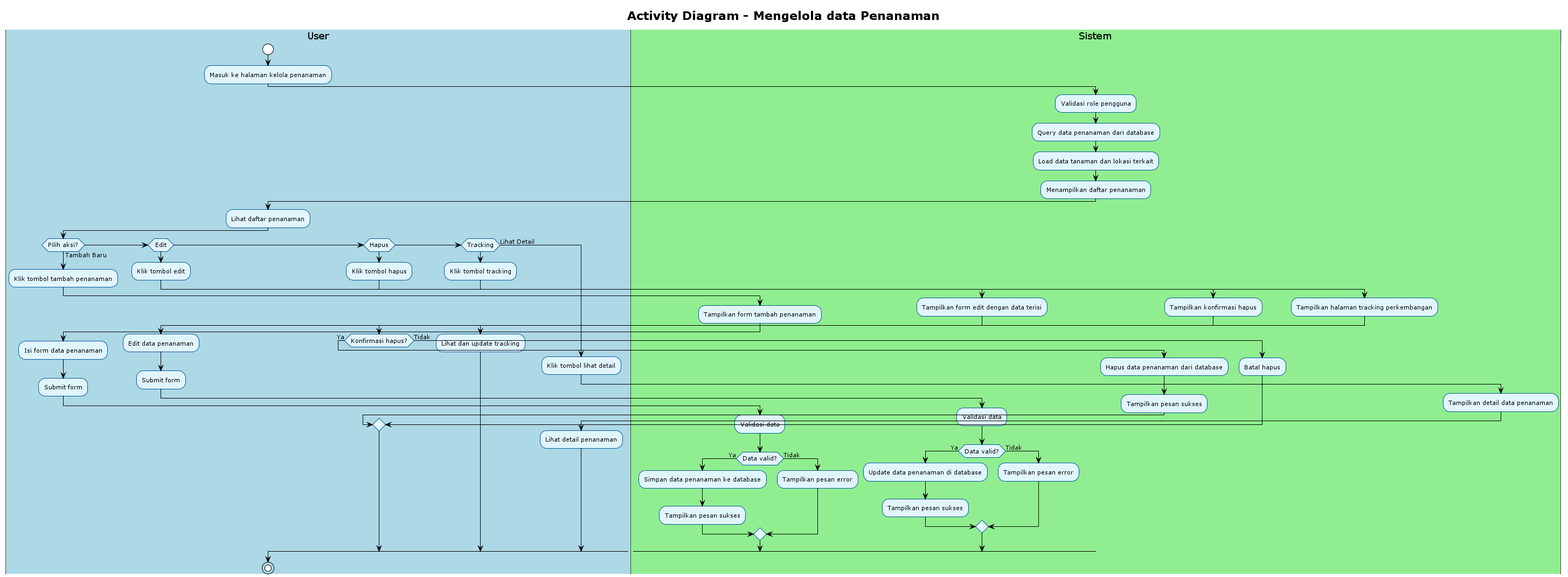
This is out/uml/activity/Activity new/05_kelola_data_penanaman/05_kelola_data_penanaman.png from Rifkiwastaken/example-app, a PlantUML export, as it was before one commit. Source of this version:
```plantuml
@startuml
!theme plain
skinparam activity {
    BackgroundColor #E1F5FE
    BorderColor #01579B
    FontSize 11
}
skinparam swimlane {
    BackgroundColor #F5F5F5
    BorderColor #424242
    TitleBackgroundColor #BBDEFB
    TitleBorderColor #1976D2
}

title Activity Diagram - Mengelola data Penanaman

|#LightBlue|User|
start
:Masuk ke halaman kelola penanaman;

|#LightGreen|Sistem|
:Validasi role pengguna;
:Query data penanaman dari database;
:Load data tanaman dan lokasi terkait;
:Menampilkan daftar penanaman;

|#LightBlue|User|
:Lihat daftar penanaman;

if (Pilih aksi?) then (Tambah Baru)
    |#LightBlue|User|
    :Klik tombol tambah penanaman;
    |#LightGreen|Sistem|
    :Tampilkan form tambah penanaman;
    |#LightBlue|User|
    :Isi form data penanaman;
    :Submit form;
    |#LightGreen|Sistem|
    :Validasi data;
    if (Data valid?) then (Ya)
        :Simpan data penanaman ke database;
        :Tampilkan pesan sukses;
    else (Tidak)
        :Tampilkan pesan error;
    endif
elseif (Edit) then
    |#LightBlue|User|
    :Klik tombol edit;
    |#LightGreen|Sistem|
    :Tampilkan form edit dengan data terisi;
    |#LightBlue|User|
    :Edit data penanaman;
    :Submit form;
    |#LightGreen|Sistem|
    :Validasi data;
    if (Data valid?) then (Ya)
        :Update data penanaman di database;
        :Tampilkan pesan sukses;
    else (Tidak)
        :Tampilkan pesan error;
    endif
elseif (Hapus) then
    |#LightBlue|User|
    :Klik tombol hapus;
    |#LightGreen|Sistem|
    :Tampilkan konfirmasi hapus;
    |#LightBlue|User|
    if (Konfirmasi hapus?) then (Ya)
        |#LightGreen|Sistem|
        :Hapus data penanaman dari database;
        :Tampilkan pesan sukses;
    else (Tidak)
        :Batal hapus;
    endif
elseif (Tracking) then
    |#LightBlue|User|
    :Klik tombol tracking;
    |#LightGreen|Sistem|
    :Tampilkan halaman tracking perkembangan;
    |#LightBlue|User|
    :Lihat dan update tracking;
else (Lihat Detail)
    |#LightBlue|User|
    :Klik tombol lihat detail;
    |#LightGreen|Sistem|
    :Tampilkan detail data penanaman;
    |#LightBlue|User|
    :Lihat detail penanaman;
endif

stop

@enduml
```
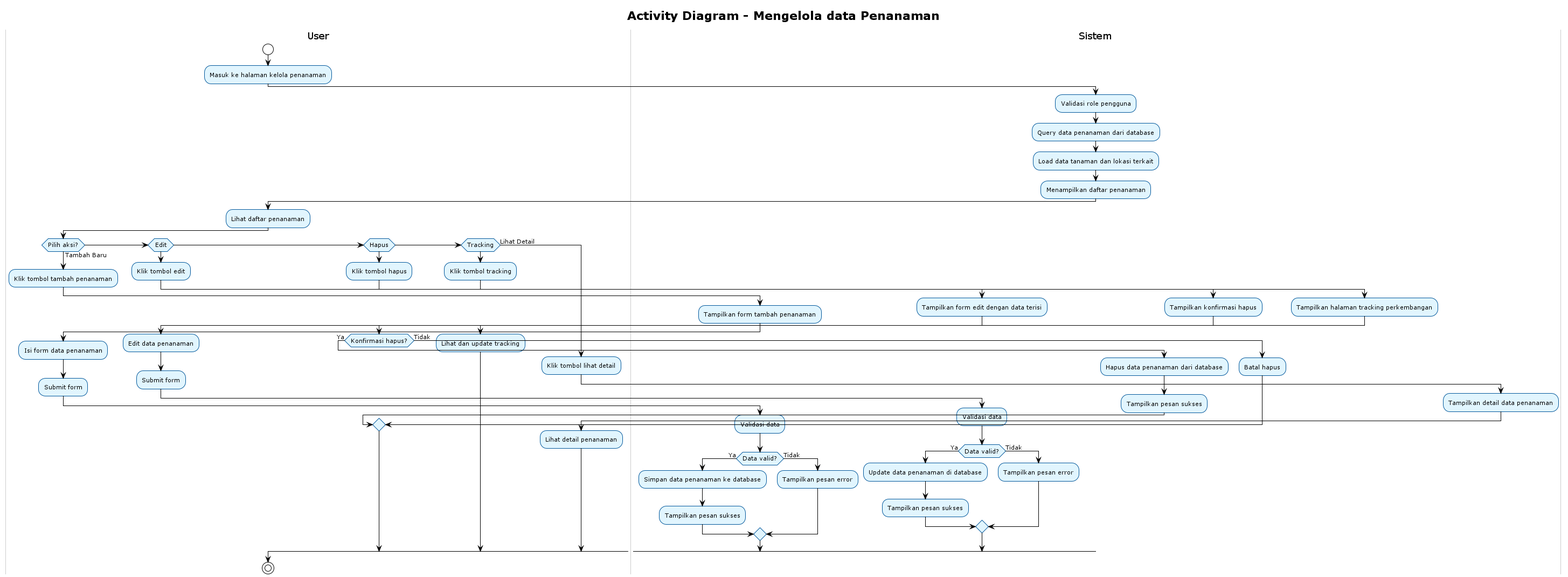
Above is the later version.

What changed in the source:
```diff
@@ -1,41 +1,42 @@
 @startuml
 !theme plain
+skinparam backgroundColor white
 skinparam activity {
     BackgroundColor #E1F5FE
     BorderColor #01579B
     FontSize 11
 }
 skinparam swimlane {
-    BackgroundColor #F5F5F5
-    BorderColor #424242
-    TitleBackgroundColor #BBDEFB
-    TitleBorderColor #1976D2
+    BackgroundColor White
+    BorderColor #CCCCCC
+    TitleBackgroundColor White
+    TitleBorderColor #999999
 }
 
 title Activity Diagram - Mengelola data Penanaman
 
-|#LightBlue|User|
+|#White|User|
 start
 :Masuk ke halaman kelola penanaman;
 
-|#LightGreen|Sistem|
+|#White|Sistem|
 :Validasi role pengguna;
 :Query data penanaman dari database;
 :Load data tanaman dan lokasi terkait;
 :Menampilkan daftar penanaman;
 
-|#LightBlue|User|
+|#White|User|
 :Lihat daftar penanaman;
 
 if (Pilih aksi?) then (Tambah Baru)
-    |#LightBlue|User|
+    |#White|User|
     :Klik tombol tambah penanaman;
-    |#LightGreen|Sistem|
+    |#White|Sistem|
     :Tampilkan form tambah penanaman;
-    |#LightBlue|User|
+    |#White|User|
     :Isi form data penanaman;
     :Submit form;
-    |#LightGreen|Sistem|
+    |#White|Sistem|
     :Validasi data;
     if (Data valid?) then (Ya)
         :Simpan data penanaman ke database;
@@ -44,14 +45,14 @@
         :Tampilkan pesan error;
     endif
 elseif (Edit) then
-    |#LightBlue|User|
+    |#White|User|
     :Klik tombol edit;
-    |#LightGreen|Sistem|
+    |#White|Sistem|
     :Tampilkan form edit dengan data terisi;
-    |#LightBlue|User|
+    |#White|User|
     :Edit data penanaman;
     :Submit form;
-    |#LightGreen|Sistem|
+    |#White|Sistem|
     :Validasi data;
     if (Data valid?) then (Ya)
         :Update data penanaman di database;
@@ -60,31 +61,31 @@
         :Tampilkan pesan error;
     endif
 elseif (Hapus) then
-    |#LightBlue|User|
+    |#White|User|
     :Klik tombol hapus;
-    |#LightGreen|Sistem|
+    |#White|Sistem|
     :Tampilkan konfirmasi hapus;
-    |#LightBlue|User|
+    |#White|User|
     if (Konfirmasi hapus?) then (Ya)
-        |#LightGreen|Sistem|
+        |#White|Sistem|
         :Hapus data penanaman dari database;
         :Tampilkan pesan sukses;
     else (Tidak)
         :Batal hapus;
     endif
 elseif (Tracking) then
-    |#LightBlue|User|
+    |#White|User|
     :Klik tombol tracking;
-    |#LightGreen|Sistem|
+    |#White|Sistem|
     :Tampilkan halaman tracking perkembangan;
-    |#LightBlue|User|
+    |#White|User|
     :Lihat dan update tracking;
 else (Lihat Detail)
-    |#LightBlue|User|
+    |#White|User|
     :Klik tombol lihat detail;
-    |#LightGreen|Sistem|
+    |#White|Sistem|
     :Tampilkan detail data penanaman;
-    |#LightBlue|User|
+    |#White|User|
     :Lihat detail penanaman;
 endif
 
```
